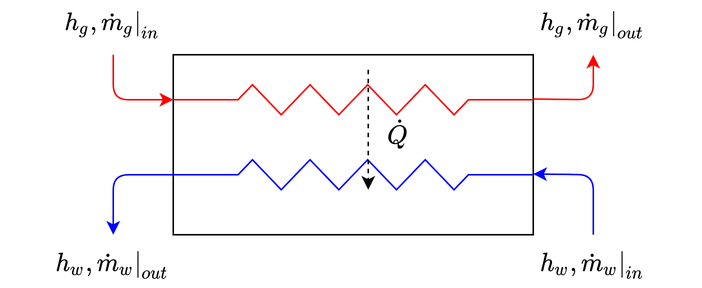
This is Chapitre_7/Images/WHX.png from Boreas3/TFE, a draw.io export, as it was before one commit. Source tidied: cells renumbered, new cells last; positions are measured from the earlier drawing's top-left corner, leaving out a move shared by most shapes. Source of this version:
```xml
<mxGraphModel math="1">
  <root>
    <mxCell id="0" />
    <mxCell id="1" parent="0" />
    <mxCell id="2" style="rounded=0;whiteSpace=wrap;html=1;" parent="1" vertex="1">
      <mxGeometry x="60" y="30" width="240" height="120" as="geometry" />
    </mxCell>
    <mxCell id="3" style="verticalLabelPosition=bottom;shadow=0;dashed=0;align=center;html=1;verticalAlign=top;shape=mxgraph.electrical.resistors.resistor_2;strokeColor=#FF0000;" parent="1" vertex="1">
      <mxGeometry x="60" y="50" width="240" height="20" as="geometry" />
    </mxCell>
    <mxCell id="4" style="verticalLabelPosition=bottom;shadow=0;dashed=0;align=center;html=1;verticalAlign=top;shape=mxgraph.electrical.resistors.resistor_2;strokeColor=#0000FF;" parent="1" vertex="1">
      <mxGeometry x="60" y="100" width="240" height="20" as="geometry" />
    </mxCell>
    <mxCell id="5" style="endArrow=classic;html=1;entryX=0;entryY=0.5;entryDx=0;entryDy=0;entryPerimeter=0;strokeColor=#FF0000;" parent="1" edge="1" target="3">
      <mxGeometry relative="1" as="geometry">
        <mxPoint x="20" y="30" as="sourcePoint" />
        <Array as="points">
          <mxPoint x="20" y="60" />
        </Array>
      </mxGeometry>
    </mxCell>
    <mxCell id="6" style="endArrow=classic;html=1;exitX=1;exitY=0.475;exitDx=0;exitDy=0;exitPerimeter=0;strokeColor=#FF0000;" parent="1" edge="1" source="3">
      <mxGeometry relative="1" as="geometry">
        <mxPoint x="340" y="30" as="targetPoint" />
        <Array as="points">
          <mxPoint x="340" y="60" />
        </Array>
      </mxGeometry>
    </mxCell>
    <mxCell id="7" style="endArrow=classic;html=1;entryX=0;entryY=0.5;entryDx=0;entryDy=0;entryPerimeter=0;strokeColor=#0000FF;" parent="1" edge="1">
      <mxGeometry relative="1" as="geometry">
        <mxPoint x="340" y="150" as="sourcePoint" />
        <mxPoint x="300" y="109.5" as="targetPoint" />
        <Array as="points">
          <mxPoint x="340" y="110" />
        </Array>
      </mxGeometry>
    </mxCell>
    <mxCell id="8" style="endArrow=classic;html=1;exitX=0;exitY=0.5;exitDx=0;exitDy=0;exitPerimeter=0;strokeColor=#0000FF;" parent="1" edge="1" source="4">
      <mxGeometry relative="1" as="geometry">
        <mxPoint x="20" y="150" as="targetPoint" />
        <Array as="points">
          <mxPoint x="20" y="110" />
        </Array>
      </mxGeometry>
    </mxCell>
    <mxCell id="9" value="$$\left.h_g, \dot{m}_g\right|_{in}$$" style="text;html=1;strokeColor=none;fillColor=none;align=center;verticalAlign=middle;whiteSpace=wrap;rounded=0;fontSize=14;" parent="1" vertex="1">
      <mxGeometry width="40" height="20" as="geometry" />
    </mxCell>
    <mxCell id="10" value="$$\left.h_g, \dot{m}_g\right|_{out}$$" style="text;html=1;strokeColor=none;fillColor=none;align=center;verticalAlign=middle;whiteSpace=wrap;rounded=0;fontSize=14;" parent="1" vertex="1">
      <mxGeometry x="320" width="40" height="20" as="geometry" />
    </mxCell>
    <mxCell id="11" value="$$\left.h_w, \dot{m}_w\right|_{out}$$" style="text;html=1;strokeColor=none;fillColor=none;align=center;verticalAlign=middle;whiteSpace=wrap;rounded=0;fontSize=14;" parent="1" vertex="1">
      <mxGeometry y="160" width="40" height="20" as="geometry" />
    </mxCell>
    <mxCell id="12" value="$$\left.h_w, \dot{m}_w\right|_{in}$$" style="text;html=1;strokeColor=none;fillColor=none;align=center;verticalAlign=middle;whiteSpace=wrap;rounded=0;fontSize=14;" parent="1" vertex="1">
      <mxGeometry x="320" y="160" width="40" height="20" as="geometry" />
    </mxCell>
    <mxCell id="13" style="endArrow=classic;html=1;dashed=1;strokeColor=#000000;fontSize=14;" parent="1" edge="1">
      <mxGeometry relative="1" as="geometry">
        <mxPoint x="190" y="40" as="sourcePoint" />
        <mxPoint x="190" y="120" as="targetPoint" />
      </mxGeometry>
    </mxCell>
    <mxCell id="14" value="$$\dot{Q}$$" style="text;html=1;strokeColor=none;fillColor=none;align=center;verticalAlign=middle;whiteSpace=wrap;rounded=0;fontSize=14;" parent="1" vertex="1">
      <mxGeometry x="190" y="73" width="40" height="20" as="geometry" />
    </mxCell>
  </root>
</mxGraphModel>
```
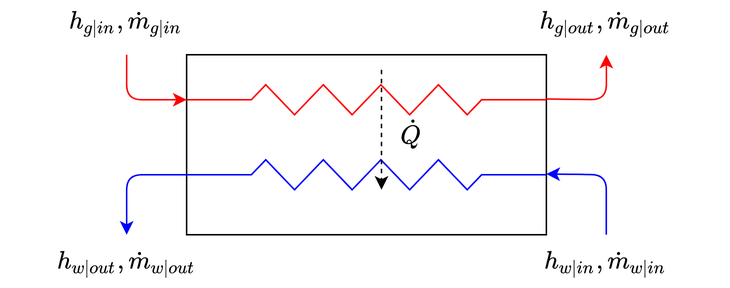
After the commit.

What changed in the source:
```diff
@@ -44,16 +44,16 @@
         </Array>
       </mxGeometry>
     </mxCell>
-    <mxCell id="9" value="$$\left.h_g, \dot{m}_g\right|_{in}$$" style="text;html=1;strokeColor=none;fillColor=none;align=center;verticalAlign=middle;whiteSpace=wrap;rounded=0;fontSize=14;" parent="1" vertex="1">
+    <mxCell id="9" value="$$h_{g\left.\right|in}, \dot{m}_{g\left.\right|in}$$" style="text;html=1;strokeColor=none;fillColor=none;align=center;verticalAlign=middle;whiteSpace=wrap;rounded=0;fontSize=14;" parent="1" vertex="1">
       <mxGeometry width="40" height="20" as="geometry" />
     </mxCell>
-    <mxCell id="10" value="$$\left.h_g, \dot{m}_g\right|_{out}$$" style="text;html=1;strokeColor=none;fillColor=none;align=center;verticalAlign=middle;whiteSpace=wrap;rounded=0;fontSize=14;" parent="1" vertex="1">
+    <mxCell id="10" value="$$h_{g\left.\right|out}, \dot{m}_{g\left.\right|out}$$" style="text;html=1;strokeColor=none;fillColor=none;align=center;verticalAlign=middle;whiteSpace=wrap;rounded=0;fontSize=14;" parent="1" vertex="1">
       <mxGeometry x="320" width="40" height="20" as="geometry" />
     </mxCell>
-    <mxCell id="11" value="$$\left.h_w, \dot{m}_w\right|_{out}$$" style="text;html=1;strokeColor=none;fillColor=none;align=center;verticalAlign=middle;whiteSpace=wrap;rounded=0;fontSize=14;" parent="1" vertex="1">
+    <mxCell id="11" value="$$h_{w\left.\right|out}, \dot{m}_{w\left.\right|out}$$" style="text;html=1;strokeColor=none;fillColor=none;align=center;verticalAlign=middle;whiteSpace=wrap;rounded=0;fontSize=14;" parent="1" vertex="1">
       <mxGeometry y="160" width="40" height="20" as="geometry" />
     </mxCell>
-    <mxCell id="12" value="$$\left.h_w, \dot{m}_w\right|_{in}$$" style="text;html=1;strokeColor=none;fillColor=none;align=center;verticalAlign=middle;whiteSpace=wrap;rounded=0;fontSize=14;" parent="1" vertex="1">
+    <mxCell id="12" value="$$h_{w\left.\right|in}, \dot{m}_{w\left.\right|in}$$" style="text;html=1;strokeColor=none;fillColor=none;align=center;verticalAlign=middle;whiteSpace=wrap;rounded=0;fontSize=14;" parent="1" vertex="1">
       <mxGeometry x="320" y="160" width="40" height="20" as="geometry" />
     </mxCell>
     <mxCell id="13" style="endArrow=classic;html=1;dashed=1;strokeColor=#000000;fontSize=14;" parent="1" edge="1">
```
